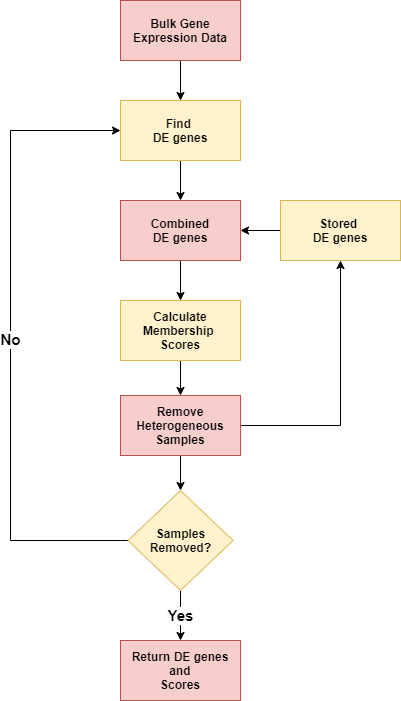
Before: docs/dprofiler_pics2/InteractiveSilhouette.png, a diagram exported from draw.io (nephantes/dprofiler-docs). Source tidied: cells renumbered, new cells last; positions are measured from the earlier drawing's top-left corner, leaving out a move shared by most shapes.
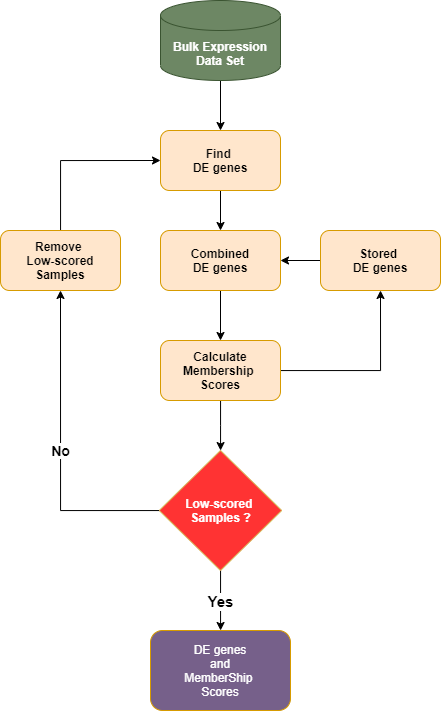
After the commit.

Diff of the diagram source:
```diff
@@ -5,62 +5,57 @@
     <mxCell id="2" style="edgeStyle=orthogonalEdgeStyle;rounded=0;jettySize=auto;html=1;fontSize=15;" parent="1" edge="1" source="3" target="18">
       <mxGeometry relative="1" as="geometry" />
     </mxCell>
-    <mxCell id="3" value="Find &lt;br&gt;DE genes" style="rounded=0;whiteSpace=wrap;html=1;fillColor=#fff2cc;fontStyle=1;strokeColor=#d6b656;" parent="1" vertex="1">
-      <mxGeometry x="110" y="100" width="120" height="60" as="geometry" />
+    <mxCell id="3" value="&lt;b&gt;Find &lt;br&gt;DE genes&lt;/b&gt;" style="rounded=1;whiteSpace=wrap;html=1;fillColor=#ffe6cc;strokeColor=#d79b00;" parent="1" vertex="1">
+      <mxGeometry x="110" y="180" width="120" height="60" as="geometry" />
     </mxCell>
-    <mxCell id="4" style="edgeStyle=orthogonalEdgeStyle;rounded=0;jettySize=auto;html=1;fontSize=15;" parent="1" edge="1" source="5" target="10">
-      <mxGeometry relative="1" as="geometry" />
-    </mxCell>
+    <mxCell id="19" style="edgeStyle=orthogonalEdgeStyle;rounded=0;jettySize=auto;html=1;" parent="1" edge="1" source="5" target="13">
+      <mxGeometry relative="1" as="geometry" />
+    </mxCell>
+    <mxCell id="20" style="edgeStyle=orthogonalEdgeStyle;rounded=0;jettySize=auto;html=1;entryX=0.5;entryY=1;entryDx=0;entryDy=0;" parent="1" edge="1" source="5" target="16">
+      <mxGeometry relative="1" as="geometry" />
+    </mxCell>
-    <mxCell id="5" value="Calculate Membership &lt;br&gt;Scores" style="rounded=0;whiteSpace=wrap;html=1;fillColor=#fff2cc;fontStyle=1;strokeColor=#d6b656;" parent="1" vertex="1">
-      <mxGeometry x="110" y="300" width="120" height="60" as="geometry" />
+    <mxCell id="5" value="&lt;b&gt;Calculate Membership &lt;br&gt;Scores&lt;/b&gt;" style="rounded=1;whiteSpace=wrap;html=1;fillColor=#ffe6cc;strokeColor=#d79b00;" parent="1" vertex="1">
+      <mxGeometry x="110" y="390" width="120" height="60" as="geometry" />
     </mxCell>
-    <mxCell id="6" style="edgeStyle=orthogonalEdgeStyle;rounded=0;jettySize=auto;html=1;" parent="1" edge="1" source="7" target="3">
-      <mxGeometry relative="1" as="geometry" />
-    </mxCell>
-    <mxCell id="7" value="Bulk Gene Expression Data" style="rounded=0;whiteSpace=wrap;html=1;fillColor=#f8cecc;fontStyle=1;strokeColor=#b85450;" parent="1" vertex="1">
-      <mxGeometry x="110" width="120" height="60" as="geometry" />
-    </mxCell>
-    <mxCell id="8" style="edgeStyle=orthogonalEdgeStyle;rounded=0;jettySize=auto;html=1;" parent="1" edge="1" target="13">
-      <mxGeometry relative="1" as="geometry">
-        <mxPoint x="170" y="450" as="sourcePoint" />
-      </mxGeometry>
-    </mxCell>
-    <mxCell id="9" style="edgeStyle=orthogonalEdgeStyle;rounded=0;jettySize=auto;html=1;entryX=0.5;entryY=1;entryDx=0;entryDy=0;" parent="1" edge="1" source="10" target="16">
-      <mxGeometry relative="1" as="geometry" />
-    </mxCell>
-    <mxCell id="10" value="&lt;span style=&quot;font-weight: 700&quot;&gt;Remove Heterogeneous&lt;/span&gt;&lt;br style=&quot;font-weight: 700&quot;&gt;&lt;span style=&quot;font-weight: 700&quot;&gt;Samples&lt;/span&gt;" style="rounded=0;whiteSpace=wrap;html=1;fillColor=#f8cecc;strokeColor=#b85450;" parent="1" vertex="1">
-      <mxGeometry x="110" y="395" width="120" height="60" as="geometry" />
-    </mxCell>
-    <mxCell id="11" value="Yes" style="edgeStyle=orthogonalEdgeStyle;rounded=0;jettySize=auto;html=1;fontSize=15;fontStyle=1;" parent="1" edge="1" target="14">
-      <mxGeometry relative="1" as="geometry">
-        <mxPoint x="170" y="590" as="sourcePoint" />
-      </mxGeometry>
+    <mxCell id="11" value="&lt;font style=&quot;font-size: 15px&quot;&gt;&lt;b&gt;Yes&lt;/b&gt;&lt;/font&gt;" style="edgeStyle=orthogonalEdgeStyle;rounded=0;jettySize=auto;html=1;" parent="1" edge="1" source="13" target="14">
+      <mxGeometry relative="1" as="geometry" />
     </mxCell>
-    <mxCell id="12" value="No" style="edgeStyle=orthogonalEdgeStyle;rounded=0;jettySize=auto;html=1;entryX=0;entryY=0.5;entryDx=0;entryDy=0;fontSize=15;fontStyle=1;" parent="1" edge="1" source="13" target="3">
-      <mxGeometry relative="1" as="geometry">
-        <Array as="points">
-          <mxPoint y="540" />
-          <mxPoint y="130" />
-        </Array>
-      </mxGeometry>
+    <mxCell id="12" value="&lt;font style=&quot;font-size: 14px&quot;&gt;&lt;b&gt;No&lt;/b&gt;&lt;/font&gt;" style="edgeStyle=orthogonalEdgeStyle;rounded=0;jettySize=auto;html=1;entryX=0.5;entryY=1;entryDx=0;entryDy=0;" parent="1" edge="1" source="13" target="24">
+      <mxGeometry relative="1" as="geometry" />
     </mxCell>
-    <mxCell id="13" value="Samples Removed?" style="rhombus;whiteSpace=wrap;html=1;fillColor=#fff2cc;fontStyle=1;strokeColor=#d6b656;" parent="1" vertex="1">
-      <mxGeometry x="117.5" y="490" width="105" height="100" as="geometry" />
+    <mxCell id="13" value="&lt;font color=&quot;#ffffff&quot;&gt;Low-scored &lt;br&gt;Samples ?&lt;/font&gt;" style="rhombus;whiteSpace=wrap;html=1;fontStyle=1;strokeColor=#d6b656;fillColor=#FF3333;" parent="1" vertex="1">
+      <mxGeometry x="108.8" y="500" width="122.5" height="120" as="geometry" />
     </mxCell>
-    <mxCell id="14" value="Return DE genes&lt;br&gt;and&lt;br&gt;Scores" style="whiteSpace=wrap;html=1;fillColor=#f8cecc;fontStyle=1;strokeColor=#b85450;" parent="1" vertex="1">
-      <mxGeometry x="110" y="640" width="120" height="60" as="geometry" />
+    <mxCell id="14" value="&lt;font color=&quot;#ffffff&quot;&gt;DE genes&lt;br&gt;and&lt;br&gt;MemberShip &lt;br&gt;Scores&lt;/font&gt;" style="whiteSpace=wrap;html=1;fillColor=#76608A;strokeColor=#d79b00;rounded=1;" parent="1" vertex="1">
+      <mxGeometry x="100" y="680" width="140" height="80" as="geometry" />
     </mxCell>
     <mxCell id="15" style="edgeStyle=orthogonalEdgeStyle;rounded=0;jettySize=auto;html=1;fontSize=15;" parent="1" edge="1" source="16" target="18">
       <mxGeometry relative="1" as="geometry" />
     </mxCell>
-    <mxCell id="16" value="Stored &lt;br&gt;DE genes" style="rounded=0;whiteSpace=wrap;html=1;fillColor=#fff2cc;fontStyle=1;strokeColor=#d6b656;" parent="1" vertex="1">
-      <mxGeometry x="270" y="200" width="120" height="60" as="geometry" />
+    <mxCell id="16" value="&lt;b&gt;Stored &lt;br&gt;DE genes&lt;/b&gt;" style="rounded=1;whiteSpace=wrap;html=1;fillColor=#ffe6cc;strokeColor=#d79b00;" parent="1" vertex="1">
+      <mxGeometry x="270" y="280" width="120" height="60" as="geometry" />
     </mxCell>
     <mxCell id="17" style="edgeStyle=orthogonalEdgeStyle;rounded=0;jettySize=auto;html=1;fontSize=15;" parent="1" edge="1" source="18" target="5">
       <mxGeometry relative="1" as="geometry" />
     </mxCell>
-    <mxCell id="18" value="Combined&lt;br&gt;DE genes" style="rounded=0;whiteSpace=wrap;html=1;fillColor=#f8cecc;fontStyle=1;strokeColor=#b85450;" parent="1" vertex="1">
-      <mxGeometry x="110" y="200" width="120" height="60" as="geometry" />
+    <mxCell id="18" value="&lt;b&gt;Combined&lt;br&gt;DE genes&lt;/b&gt;" style="rounded=1;whiteSpace=wrap;html=1;fillColor=#ffe6cc;strokeColor=#d79b00;" parent="1" vertex="1">
+      <mxGeometry x="110" y="280" width="120" height="60" as="geometry" />
     </mxCell>
+    <mxCell id="21" style="edgeStyle=orthogonalEdgeStyle;rounded=0;jettySize=auto;html=1;" parent="1" edge="1" source="22" target="3">
+      <mxGeometry relative="1" as="geometry" />
+    </mxCell>
+    <mxCell id="22" value="&lt;b&gt;Bulk Expression&lt;br&gt;Data Set&lt;/b&gt;" style="shape=cylinder3;whiteSpace=wrap;html=1;boundedLbl=1;backgroundOutline=1;size=15;fontFamily=Helvetica;fontSize=12;fontColor=#ffffff;align=center;strokeColor=#3A5431;fillColor=#6d8764;" parent="1" vertex="1">
+      <mxGeometry x="110" y="50" width="120" height="80" as="geometry" />
+    </mxCell>
+    <mxCell id="23" style="edgeStyle=orthogonalEdgeStyle;rounded=0;jettySize=auto;html=1;entryX=0;entryY=0.5;entryDx=0;entryDy=0;" parent="1" edge="1" source="24" target="3">
+      <mxGeometry relative="1" as="geometry">
+        <Array as="points">
+          <mxPoint x="10" y="210" />
+        </Array>
+      </mxGeometry>
+    </mxCell>
+    <mxCell id="24" value="&lt;span style=&quot;font-weight: 700&quot;&gt;Remove &lt;br&gt;Low-scored&lt;/span&gt;&lt;br style=&quot;font-weight: 700&quot;&gt;&lt;span style=&quot;font-weight: 700&quot;&gt;Samples&lt;/span&gt;" style="rounded=1;whiteSpace=wrap;html=1;fillColor=#ffe6cc;strokeColor=#d79b00;" parent="1" vertex="1">
+      <mxGeometry x="-50" y="280" width="120" height="60" as="geometry" />
+    </mxCell>
   </root>
 </mxGraphModel>
```
